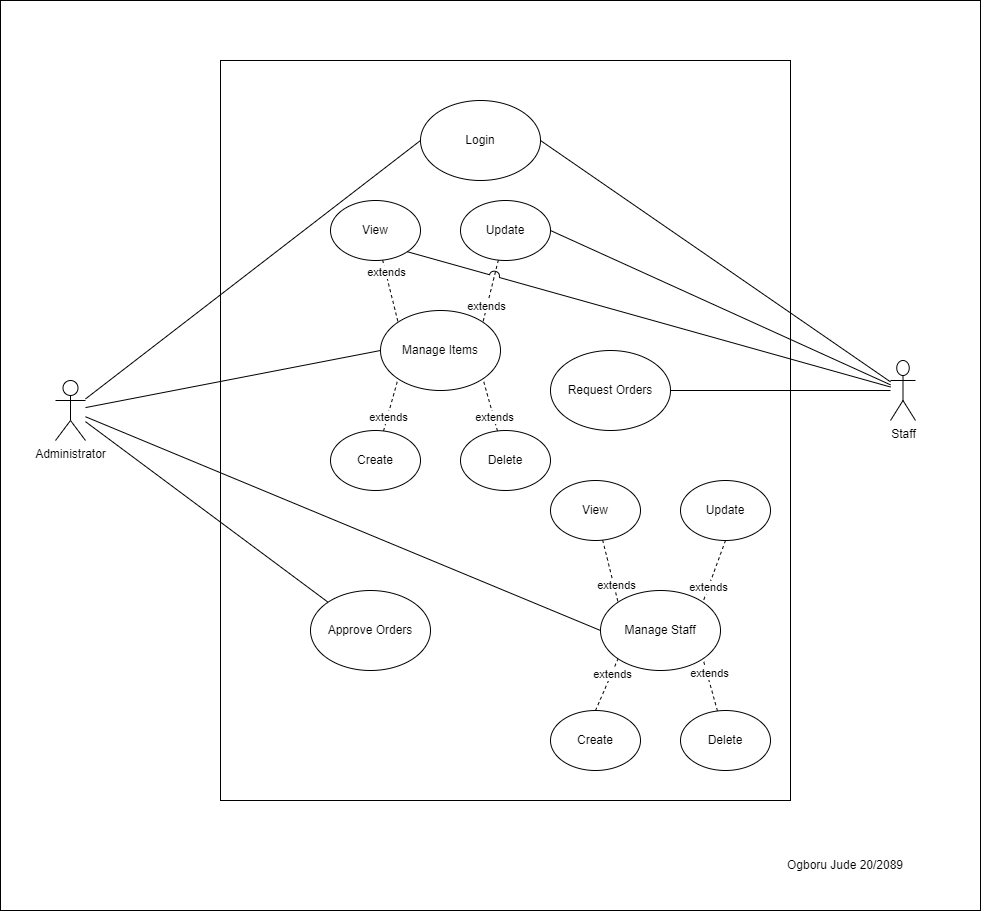
Jemikemi/Inventory-Sys-SENG-302 keeps this draw.io diagram as Diagrams/usecase.drawio.png. Above is the earlier version. Source tidied: cells renumbered, new cells last; positions are measured from the earlier drawing's top-left corner, leaving out a move shared by most shapes.
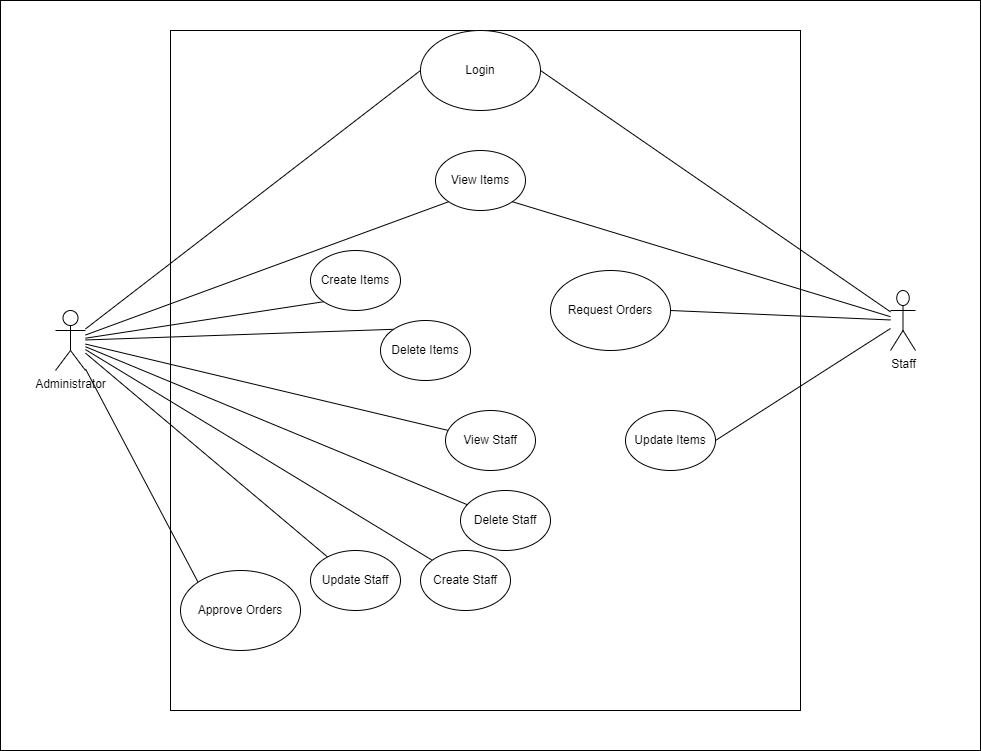
The same diagram one commit later.

What changed in the source:
```diff
@@ -3,23 +3,38 @@
     <mxCell id="0" />
     <mxCell id="1" parent="0" />
     <mxCell id="2" style="rounded=0;whiteSpace=wrap;html=1;" parent="1" vertex="1">
-      <mxGeometry width="980" height="910" as="geometry" />
+      <mxGeometry y="70" width="980" height="750" as="geometry" />
     </mxCell>
-    <mxCell id="3" style="rounded=0;whiteSpace=wrap;html=1;" parent="1" vertex="1">
-      <mxGeometry x="220" y="60" width="570" height="740" as="geometry" />
-    </mxCell>
+    <mxCell id="45" style="rounded=0;whiteSpace=wrap;html=1;" parent="1" vertex="1">
+      <mxGeometry x="170" y="100" width="630" height="680" as="geometry" />
+    </mxCell>
-    <mxCell id="4" style="edgeStyle=none;html=1;entryX=0;entryY=0.5;entryDx=0;entryDy=0;endArrow=none;endFill=0;" parent="1" edge="1" source="8" target="15">
+    <mxCell id="4" style="edgeStyle=none;html=1;endArrow=none;endFill=0;" parent="1" edge="1" source="8" target="24">
       <mxGeometry relative="1" as="geometry" />
     </mxCell>
     <mxCell id="5" style="edgeStyle=none;html=1;entryX=0;entryY=0.5;entryDx=0;entryDy=0;endArrow=none;endFill=0;" parent="1" edge="1" source="8" target="10">
       <mxGeometry relative="1" as="geometry" />
     </mxCell>
-    <mxCell id="6" style="edgeStyle=none;html=1;entryX=0;entryY=0.5;entryDx=0;entryDy=0;endArrow=none;endFill=0;" parent="1" edge="1" source="8" target="34">
+    <mxCell id="6" style="edgeStyle=none;html=1;entryX=0;entryY=1;entryDx=0;entryDy=0;endArrow=none;endFill=0;" parent="1" edge="1" source="8" target="30">
       <mxGeometry relative="1" as="geometry" />
     </mxCell>
     <mxCell id="7" style="edgeStyle=none;html=1;entryX=0;entryY=0;entryDx=0;entryDy=0;endArrow=none;endFill=0;" parent="1" edge="1" source="8" target="41">
       <mxGeometry relative="1" as="geometry" />
     </mxCell>
+    <mxCell id="46" style="edgeStyle=none;html=1;entryX=0;entryY=0;entryDx=0;entryDy=0;endArrow=none;endFill=0;" parent="1" edge="1" source="8" target="40">
+      <mxGeometry relative="1" as="geometry" />
+    </mxCell>
+    <mxCell id="47" style="edgeStyle=none;html=1;entryX=0;entryY=1;entryDx=0;entryDy=0;endArrow=none;endFill=0;" parent="1" edge="1" source="8" target="37">
+      <mxGeometry relative="1" as="geometry" />
+    </mxCell>
+    <mxCell id="48" style="edgeStyle=none;html=1;endArrow=none;endFill=0;" parent="1" edge="1" source="8" target="21">
+      <mxGeometry relative="1" as="geometry" />
+    </mxCell>
+    <mxCell id="49" style="edgeStyle=none;html=1;endArrow=none;endFill=0;" parent="1" edge="1" source="8" target="18">
+      <mxGeometry relative="1" as="geometry" />
+    </mxCell>
+    <mxCell id="50" style="edgeStyle=none;html=1;endArrow=none;endFill=0;" parent="1" edge="1" source="8" target="27">
+      <mxGeometry relative="1" as="geometry" />
+    </mxCell>
     <mxCell id="8" value="Administrator" style="shape=umlActor;verticalLabelPosition=bottom;verticalAlign=top;html=1;outlineConnect=0;fontStyle=0;" parent="1" vertex="1">
       <mxGeometry x="55" y="380" width="30" height="60" as="geometry" />
     </mxCell>
@@ -41,95 +56,38 @@
     <mxCell id="14" value="Staff" style="shape=umlActor;verticalLabelPosition=bottom;verticalAlign=top;html=1;outlineConnect=0;" parent="1" vertex="1">
       <mxGeometry x="890" y="360" width="25" height="60" as="geometry" />
     </mxCell>
-    <mxCell id="15" value="Manage Staff" style="ellipse;whiteSpace=wrap;html=1;" parent="1" vertex="1">
-      <mxGeometry x="600" y="590" width="120" height="80" as="geometry" />
-    </mxCell>
-    <mxCell id="16" style="edgeStyle=none;html=1;exitX=0.5;exitY=0;exitDx=0;exitDy=0;entryX=0;entryY=1;entryDx=0;entryDy=0;endArrow=none;endFill=0;dashed=1;" parent="1" edge="1" source="18" target="15">
-      <mxGeometry relative="1" as="geometry" />
-    </mxCell>
-    <mxCell id="17" value="extends" style="edgeLabel;html=1;align=center;verticalAlign=middle;" parent="16" vertex="1">
-      <mxGeometry x="0.43" relative="1" as="geometry" />
-    </mxCell>
-    <mxCell id="18" value="Create" style="ellipse;whiteSpace=wrap;html=1;" parent="1" vertex="1">
-      <mxGeometry x="550" y="710" width="90" height="60" as="geometry" />
+    <mxCell id="18" value="Create Staff" style="ellipse;whiteSpace=wrap;html=1;" parent="1" vertex="1">
+      <mxGeometry x="420" y="620" width="90" height="60" as="geometry" />
     </mxCell>
-    <mxCell id="19" style="edgeStyle=none;html=1;entryX=1;entryY=1;entryDx=0;entryDy=0;endArrow=none;endFill=0;dashed=1;" parent="1" edge="1" source="21" target="15">
-      <mxGeometry relative="1" as="geometry" />
-    </mxCell>
-    <mxCell id="20" value="extends" style="edgeLabel;html=1;align=center;verticalAlign=middle;" parent="19" vertex="1">
-      <mxGeometry x="0.46" y="-2" relative="1" as="geometry" />
-    </mxCell>
-    <mxCell id="21" value="Delete" style="ellipse;whiteSpace=wrap;html=1;" parent="1" vertex="1">
-      <mxGeometry x="680" y="710" width="90" height="60" as="geometry" />
+    <mxCell id="21" value="Delete Staff" style="ellipse;whiteSpace=wrap;html=1;" parent="1" vertex="1">
+      <mxGeometry x="460" y="560" width="90" height="60" as="geometry" />
     </mxCell>
-    <mxCell id="22" style="edgeStyle=none;html=1;entryX=0;entryY=0;entryDx=0;entryDy=0;endArrow=none;endFill=0;dashed=1;" parent="1" edge="1" source="24" target="15">
-      <mxGeometry relative="1" as="geometry" />
-    </mxCell>
-    <mxCell id="23" value="extends" style="edgeLabel;html=1;align=center;verticalAlign=middle;" parent="22" vertex="1">
-      <mxGeometry x="0.47" y="2" relative="1" as="geometry" />
-    </mxCell>
-    <mxCell id="24" value="View" style="ellipse;whiteSpace=wrap;html=1;" parent="1" vertex="1">
-      <mxGeometry x="550" y="480" width="90" height="60" as="geometry" />
+    <mxCell id="24" value="View Staff" style="ellipse;whiteSpace=wrap;html=1;" parent="1" vertex="1">
+      <mxGeometry x="445" y="480" width="90" height="60" as="geometry" />
     </mxCell>
-    <mxCell id="25" style="edgeStyle=none;html=1;exitX=0.5;exitY=1;exitDx=0;exitDy=0;entryX=1;entryY=0;entryDx=0;entryDy=0;endArrow=none;endFill=0;dashed=1;" parent="1" edge="1" source="27" target="15">
-      <mxGeometry relative="1" as="geometry" />
-    </mxCell>
-    <mxCell id="26" value="extends" style="edgeLabel;html=1;align=center;verticalAlign=middle;" parent="25" vertex="1">
-      <mxGeometry x="0.52" relative="1" as="geometry" />
-    </mxCell>
-    <mxCell id="27" value="Update" style="ellipse;whiteSpace=wrap;html=1;" parent="1" vertex="1">
-      <mxGeometry x="680" y="480" width="90" height="60" as="geometry" />
+    <mxCell id="27" value="Update Staff" style="ellipse;whiteSpace=wrap;html=1;" parent="1" vertex="1">
+      <mxGeometry x="310" y="620" width="90" height="60" as="geometry" />
     </mxCell>
-    <mxCell id="28" style="edgeStyle=none;html=1;entryX=0;entryY=0;entryDx=0;entryDy=0;dashed=1;endArrow=none;endFill=0;" parent="1" edge="1" source="30" target="34">
-      <mxGeometry relative="1" as="geometry" />
-    </mxCell>
-    <mxCell id="29" value="extends" style="edgeLabel;html=1;align=center;verticalAlign=middle;" parent="28" vertex="1">
-      <mxGeometry x="-0.63" relative="1" as="geometry" />
-    </mxCell>
-    <mxCell id="30" value="View" style="ellipse;whiteSpace=wrap;html=1;" parent="1" vertex="1">
-      <mxGeometry x="330" y="200" width="90" height="60" as="geometry" />
+    <mxCell id="30" value="View Items" style="ellipse;whiteSpace=wrap;html=1;" parent="1" vertex="1">
+      <mxGeometry x="435" y="220" width="90" height="60" as="geometry" />
     </mxCell>
-    <mxCell id="31" style="edgeStyle=none;html=1;entryX=1;entryY=0;entryDx=0;entryDy=0;dashed=1;endArrow=none;endFill=0;" parent="1" edge="1" source="33" target="34">
-      <mxGeometry relative="1" as="geometry" />
-    </mxCell>
-    <mxCell id="32" value="extends" style="edgeLabel;html=1;align=center;verticalAlign=middle;" parent="31" vertex="1">
-      <mxGeometry x="0.5" y="-1" relative="1" as="geometry" />
-    </mxCell>
-    <mxCell id="33" value="Update" style="ellipse;whiteSpace=wrap;html=1;" parent="1" vertex="1">
-      <mxGeometry x="460" y="200" width="90" height="60" as="geometry" />
+    <mxCell id="33" value="Update Items" style="ellipse;whiteSpace=wrap;html=1;" parent="1" vertex="1">
+      <mxGeometry x="625" y="480" width="90" height="60" as="geometry" />
     </mxCell>
-    <mxCell id="34" value="Manage Items&lt;br&gt;" style="ellipse;whiteSpace=wrap;html=1;" parent="1" vertex="1">
-      <mxGeometry x="380" y="310" width="120" height="80" as="geometry" />
-    </mxCell>
-    <mxCell id="35" style="edgeStyle=none;html=1;entryX=0;entryY=1;entryDx=0;entryDy=0;dashed=1;endArrow=none;endFill=0;" parent="1" edge="1" source="37" target="34">
-      <mxGeometry relative="1" as="geometry" />
-    </mxCell>
-    <mxCell id="36" value="extends" style="edgeLabel;html=1;align=center;verticalAlign=middle;" parent="35" vertex="1">
-      <mxGeometry x="-0.45" relative="1" as="geometry" />
-    </mxCell>
-    <mxCell id="37" value="Create" style="ellipse;whiteSpace=wrap;html=1;" parent="1" vertex="1">
-      <mxGeometry x="330" y="430" width="90" height="60" as="geometry" />
+    <mxCell id="37" value="Create Items" style="ellipse;whiteSpace=wrap;html=1;" parent="1" vertex="1">
+      <mxGeometry x="310" y="320" width="90" height="60" as="geometry" />
     </mxCell>
-    <mxCell id="38" style="edgeStyle=none;html=1;entryX=1;entryY=1;entryDx=0;entryDy=0;dashed=1;endArrow=none;endFill=0;" parent="1" edge="1" source="40" target="34">
-      <mxGeometry relative="1" as="geometry" />
-    </mxCell>
-    <mxCell id="39" value="extends" style="edgeLabel;html=1;align=center;verticalAlign=middle;" parent="38" vertex="1">
-      <mxGeometry x="-0.48" relative="1" as="geometry" />
-    </mxCell>
-    <mxCell id="40" value="Delete" style="ellipse;whiteSpace=wrap;html=1;" parent="1" vertex="1">
-      <mxGeometry x="460" y="430" width="90" height="60" as="geometry" />
+    <mxCell id="40" value="Delete Items" style="ellipse;whiteSpace=wrap;html=1;" parent="1" vertex="1">
+      <mxGeometry x="380" y="390" width="90" height="60" as="geometry" />
     </mxCell>
     <mxCell id="41" value="Approve Orders" style="ellipse;whiteSpace=wrap;html=1;" parent="1" vertex="1">
-      <mxGeometry x="310" y="590" width="120" height="80" as="geometry" />
+      <mxGeometry x="180" y="640" width="120" height="80" as="geometry" />
     </mxCell>
     <mxCell id="42" value="Request Orders" style="ellipse;whiteSpace=wrap;html=1;" parent="1" vertex="1">
-      <mxGeometry x="550" y="350" width="120" height="80" as="geometry" />
+      <mxGeometry x="550" y="340" width="120" height="80" as="geometry" />
     </mxCell>
     <mxCell id="43" style="edgeStyle=none;jumpStyle=arc;jumpSize=10;html=1;entryX=1;entryY=1;entryDx=0;entryDy=0;endArrow=none;endFill=0;" parent="1" edge="1" source="14" target="30">
       <mxGeometry relative="1" as="geometry" />
     </mxCell>
-    <mxCell id="44" value="Ogboru Jude 20/2089" style="text;html=1;strokeColor=none;fillColor=none;align=center;verticalAlign=middle;whiteSpace=wrap;rounded=0;" parent="1" vertex="1">
-      <mxGeometry x="740" y="850" width="210" height="30" as="geometry" />
-    </mxCell>
   </root>
 </mxGraphModel>
```
